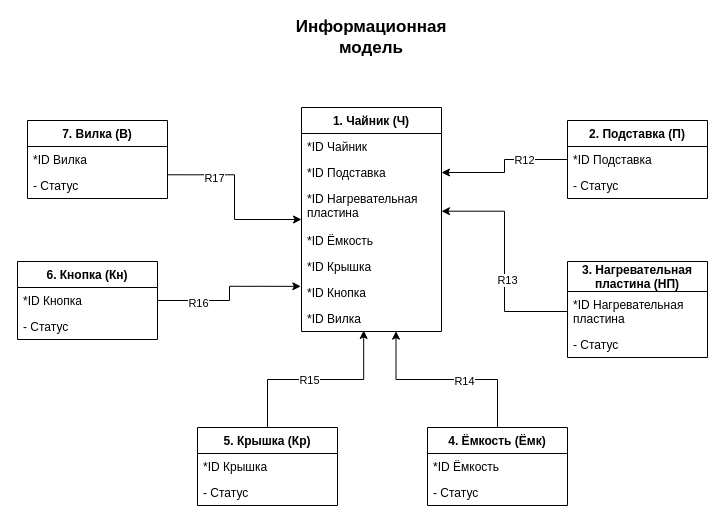
This is page "Информационная модель" (1 of 5) of lab_05/lab_05.drawio from ilyasssklimov/BMSTU_OOP, a draw.io file, before an edit. Source tidied: cells renumbered, new cells numbered last; positions are measured from the earlier drawing's top-left corner, leaving out a move shared by most shapes. Both pictures are drawn from the tidied source at 100%, with x=0, y=0 at pixel (17, 27).
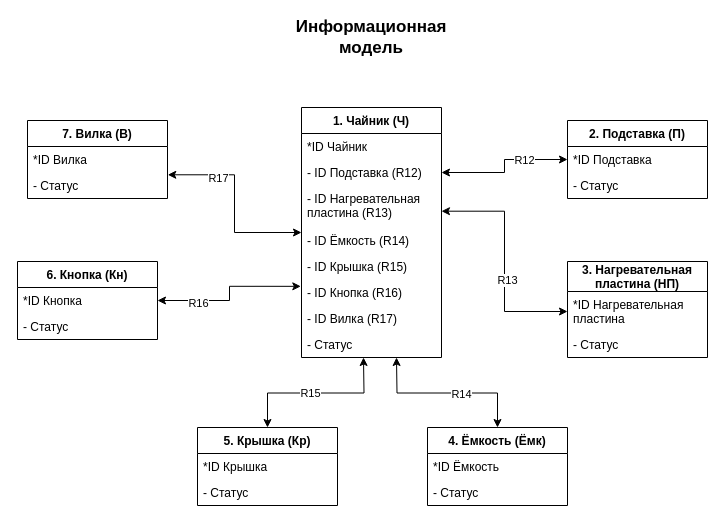
The same diagram, later.

The change refers to these unchanged cells:
```xml
<mxCell id="14" value="*ID Вилка" style="text;strokeColor=none;fillColor=none;align=left;verticalAlign=top;spacingLeft=4;spacingRight=4;overflow=hidden;points=[[0,0.5],[1,0.5]];portConstraint=eastwest;" parent="13" vertex="1">
  <mxGeometry y="26" width="140" height="26" as="geometry" />
</mxCell>
<mxCell id="17" value="*ID Кнопка" style="text;strokeColor=none;fillColor=none;align=left;verticalAlign=top;spacingLeft=4;spacingRight=4;overflow=hidden;points=[[0,0.5],[1,0.5]];portConstraint=eastwest;" parent="16" vertex="1">
  <mxGeometry y="26" width="140" height="26" as="geometry" />
</mxCell>
<mxCell id="20" value="*ID Подставка" style="text;strokeColor=none;fillColor=none;align=left;verticalAlign=top;spacingLeft=4;spacingRight=4;overflow=hidden;points=[[0,0.5],[1,0.5]];portConstraint=eastwest;" parent="19" vertex="1">
  <mxGeometry y="26" width="140" height="26" as="geometry" />
</mxCell>
<mxCell id="24" value="4. Ёмкость (Ёмк)" style="swimlane;fontStyle=1;horizontal=1;startSize=26;" parent="1" vertex="1">
  <mxGeometry x="410" y="400" width="140" height="78" as="geometry" />
</mxCell>
<mxCell id="29" value="5. Крышка (Кр)" style="swimlane;fontStyle=1;horizontal=1;startSize=26;" parent="1" vertex="1">
  <mxGeometry x="180" y="400" width="140" height="78" as="geometry" />
</mxCell>
<mxCell id="33" value="*ID Нагревательная &#10;пластина" style="text;strokeColor=none;fillColor=none;align=left;verticalAlign=top;spacingLeft=4;spacingRight=4;overflow=hidden;points=[[0,0.5],[1,0.5]];portConstraint=eastwest;" parent="32" vertex="1">
  <mxGeometry y="30" width="140" height="40" as="geometry" />
</mxCell>
```

The edit, as a diff of the source:
```diff
@@
     <mxCell id="3" value="1. Чайник (Ч)" style="swimlane;fontStyle=1;horizontal=1;startSize=26;" parent="1" vertex="1">
-      <mxGeometry x="284" y="80" width="140" height="224" as="geometry" />
+      <mxGeometry x="284" y="80" width="140" height="250" as="geometry" />
     </mxCell>
@@
-    <mxCell id="5" value="*ID Подставка" style="text;strokeColor=none;fillColor=none;align=left;verticalAlign=top;spacingLeft=4;spacingRight=4;overflow=hidden;points=[[0,0.5],[1,0.5]];portConstraint=eastwest;" parent="3" vertex="1">
+    <mxCell id="5" value="- ID Подставка (R12)" style="text;strokeColor=none;fillColor=none;align=left;verticalAlign=top;spacingLeft=4;spacingRight=4;overflow=hidden;points=[[0,0.5],[1,0.5]];portConstraint=eastwest;" parent="3" vertex="1">
       <mxGeometry y="52" width="140" height="26" as="geometry" />
     </mxCell>
-    <mxCell id="6" value="*ID Нагревательная &#10;пластина" style="text;strokeColor=none;fillColor=none;align=left;verticalAlign=top;spacingLeft=4;spacingRight=4;overflow=hidden;points=[[0,0.5],[1,0.5]];portConstraint=eastwest;" parent="3" vertex="1">
+    <mxCell id="6" value="- ID Нагревательная &#10;пластина (R13)" style="text;strokeColor=none;fillColor=none;align=left;verticalAlign=top;spacingLeft=4;spacingRight=4;overflow=hidden;points=[[0,0.5],[1,0.5]];portConstraint=eastwest;" parent="3" vertex="1">
       <mxGeometry y="78" width="140" height="42" as="geometry" />
     </mxCell>
-    <mxCell id="7" value="*ID Ёмкость" style="text;strokeColor=none;fillColor=none;align=left;verticalAlign=top;spacingLeft=4;spacingRight=4;overflow=hidden;" parent="3" vertex="1">
+    <mxCell id="7" value="- ID Ёмкость (R14)" style="text;strokeColor=none;fillColor=none;align=left;verticalAlign=top;spacingLeft=4;spacingRight=4;overflow=hidden;" parent="3" vertex="1">
       <mxGeometry y="120" width="140" height="26" as="geometry" />
     </mxCell>
-    <mxCell id="8" value="*ID Крышка" style="text;strokeColor=none;fillColor=none;align=left;verticalAlign=top;spacingLeft=4;spacingRight=4;overflow=hidden;" parent="3" vertex="1">
+    <mxCell id="8" value="- ID Крышка (R15)" style="text;strokeColor=none;fillColor=none;align=left;verticalAlign=top;spacingLeft=4;spacingRight=4;overflow=hidden;" parent="3" vertex="1">
       <mxGeometry y="146" width="140" height="26" as="geometry" />
     </mxCell>
-    <mxCell id="9" value="*ID Кнопка" style="text;strokeColor=none;fillColor=none;align=left;verticalAlign=top;spacingLeft=4;spacingRight=4;overflow=hidden;points=[[0,0.5],[1,0.5]];portConstraint=eastwest;" parent="3" vertex="1">
+    <mxCell id="9" value="- ID Кнопка (R16)" style="text;strokeColor=none;fillColor=none;align=left;verticalAlign=top;spacingLeft=4;spacingRight=4;overflow=hidden;points=[[0,0.5],[1,0.5]];portConstraint=eastwest;" parent="3" vertex="1">
       <mxGeometry y="172" width="140" height="26" as="geometry" />
     </mxCell>
-    <mxCell id="10" value="*ID Вилка" style="text;strokeColor=none;fillColor=none;align=left;verticalAlign=top;spacingLeft=4;spacingRight=4;overflow=hidden;points=[[0,0.5],[1,0.5]];portConstraint=eastwest;" parent="3" vertex="1">
+    <mxCell id="10" value="- ID Вилка (R17)" style="text;strokeColor=none;fillColor=none;align=left;verticalAlign=top;spacingLeft=4;spacingRight=4;overflow=hidden;points=[[0,0.5],[1,0.5]];portConstraint=eastwest;" parent="3" vertex="1">
       <mxGeometry y="198" width="140" height="26" as="geometry" />
     </mxCell>
+    <mxCell id="41" value="- Статус" style="text;strokeColor=none;fillColor=none;align=left;verticalAlign=top;spacingLeft=4;spacingRight=4;overflow=hidden;" parent="3" vertex="1">
+      <mxGeometry y="224" width="140" height="26" as="geometry" />
+    </mxCell>
-    <mxCell id="11" style="edgeStyle=orthogonalEdgeStyle;rounded=0;jettySize=auto;html=1;exitX=1.002;exitY=1.088;exitDx=0;exitDy=0;exitPerimeter=0;" parent="1" edge="1" source="14" target="3">
+    <mxCell id="11" style="edgeStyle=orthogonalEdgeStyle;rounded=0;jettySize=auto;html=1;exitX=1.002;exitY=1.088;exitDx=0;exitDy=0;exitPerimeter=0;startArrow=classic;startFill=1;" parent="1" edge="1" source="14" target="3">
       <mxGeometry relative="1" as="geometry" />
     </mxCell>
@@
-    <mxCell id="22" style="edgeStyle=orthogonalEdgeStyle;rounded=0;jettySize=auto;html=1;exitX=0.5;exitY=0;exitDx=0;exitDy=0;entryX=0.675;entryY=0.987;entryDx=0;entryDy=0;entryPerimeter=0;" parent="1" edge="1" source="24" target="10">
-      <mxGeometry relative="1" as="geometry" />
+    <mxCell id="22" style="edgeStyle=orthogonalEdgeStyle;rounded=0;jettySize=auto;html=1;exitX=0.5;exitY=0;exitDx=0;exitDy=0;startArrow=classic;startFill=1;" parent="1" edge="1" source="24">
+      <mxGeometry relative="1" as="geometry">
+        <mxPoint x="379" y="330" as="targetPoint" />
+      </mxGeometry>
     </mxCell>
@@
-    <mxCell id="27" style="edgeStyle=orthogonalEdgeStyle;rounded=0;jettySize=auto;html=1;exitX=0.5;exitY=0;exitDx=0;exitDy=0;entryX=0.444;entryY=0.96;entryDx=0;entryDy=0;entryPerimeter=0;" parent="1" edge="1" source="29" target="10">
-      <mxGeometry relative="1" as="geometry" />
+    <mxCell id="27" style="edgeStyle=orthogonalEdgeStyle;rounded=0;jettySize=auto;html=1;exitX=0.5;exitY=0;exitDx=0;exitDy=0;startArrow=classic;startFill=1;" parent="1" edge="1" source="29">
+      <mxGeometry relative="1" as="geometry">
+        <mxPoint x="346" y="330" as="targetPoint" />
+      </mxGeometry>
     </mxCell>
@@
-    <mxCell id="35" style="edgeStyle=orthogonalEdgeStyle;rounded=0;jettySize=auto;html=1;exitX=1;exitY=0.5;exitDx=0;exitDy=0;entryX=-0.005;entryY=0.263;entryDx=0;entryDy=0;entryPerimeter=0;" parent="1" edge="1" source="17" target="9">
+    <mxCell id="35" style="edgeStyle=orthogonalEdgeStyle;rounded=0;jettySize=auto;html=1;exitX=1;exitY=0.5;exitDx=0;exitDy=0;entryX=-0.005;entryY=0.263;entryDx=0;entryDy=0;entryPerimeter=0;startArrow=classic;startFill=1;" parent="1" edge="1" source="17" target="9">
       <mxGeometry relative="1" as="geometry" />
     </mxCell>
@@
-    <mxCell id="37" style="edgeStyle=orthogonalEdgeStyle;rounded=0;jettySize=auto;html=1;exitX=0;exitY=0.5;exitDx=0;exitDy=0;entryX=1;entryY=0.612;entryDx=0;entryDy=0;entryPerimeter=0;" parent="1" edge="1" source="33" target="6">
+    <mxCell id="37" style="edgeStyle=orthogonalEdgeStyle;rounded=0;jettySize=auto;html=1;exitX=0;exitY=0.5;exitDx=0;exitDy=0;entryX=1;entryY=0.612;entryDx=0;entryDy=0;entryPerimeter=0;startArrow=classic;startFill=1;" parent="1" edge="1" source="33" target="6">
       <mxGeometry relative="1" as="geometry" />
     </mxCell>
@@
-    <mxCell id="39" style="edgeStyle=orthogonalEdgeStyle;rounded=0;jettySize=auto;html=1;exitX=0;exitY=0.5;exitDx=0;exitDy=0;" parent="1" edge="1" source="20" target="5">
+    <mxCell id="39" style="edgeStyle=orthogonalEdgeStyle;rounded=0;jettySize=auto;html=1;exitX=0;exitY=0.5;exitDx=0;exitDy=0;startArrow=classic;startFill=1;" parent="1" edge="1" source="20" target="5">
       <mxGeometry relative="1" as="geometry" />
     </mxCell>
```
